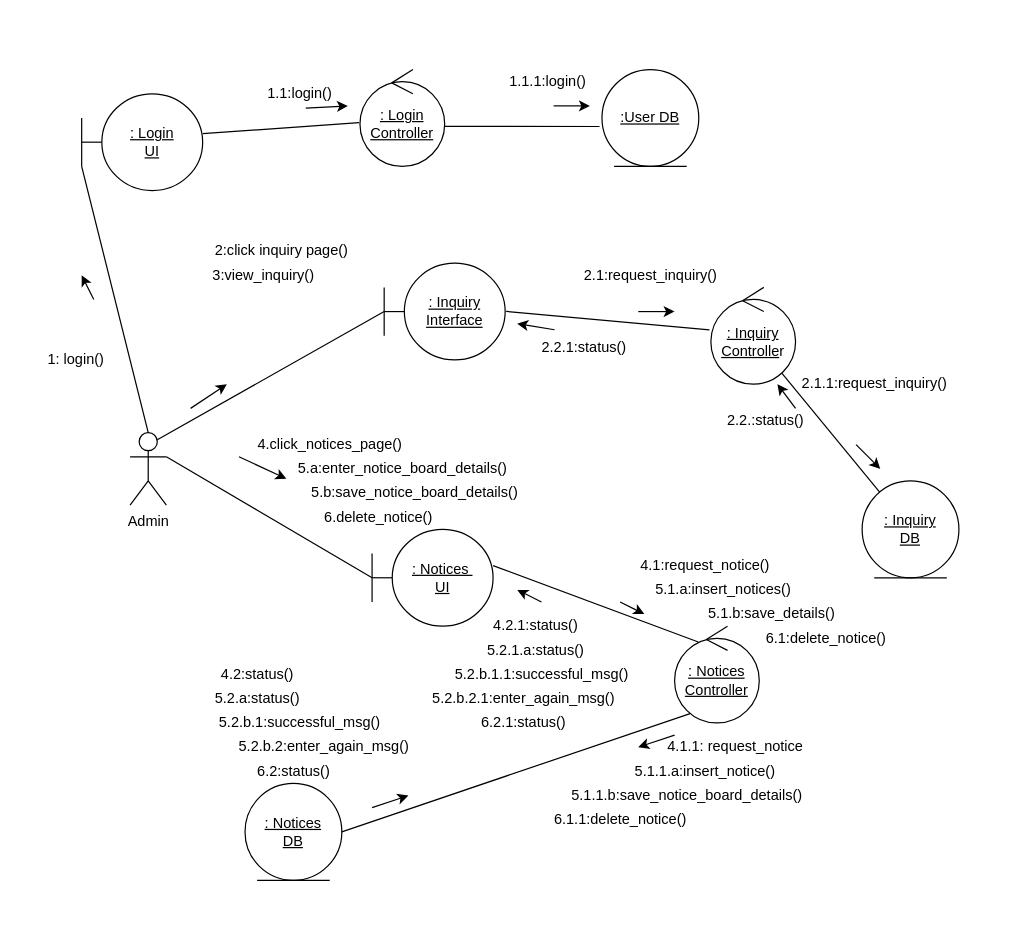
This is page "Kunkuma-Communication-d2" (33 of 37) of PAF ER Diagram.drawio from YuchiraJA/PAF-Project-ER-Diagram, a draw.io file, before an edit. Source tidied: cells renumbered, new cells numbered last; positions are measured from the earlier drawing's top-left corner, leaving out a move shared by most shapes. Both pictures are drawn from the tidied source at 121%, with x=0, y=0 at pixel (39, 69).
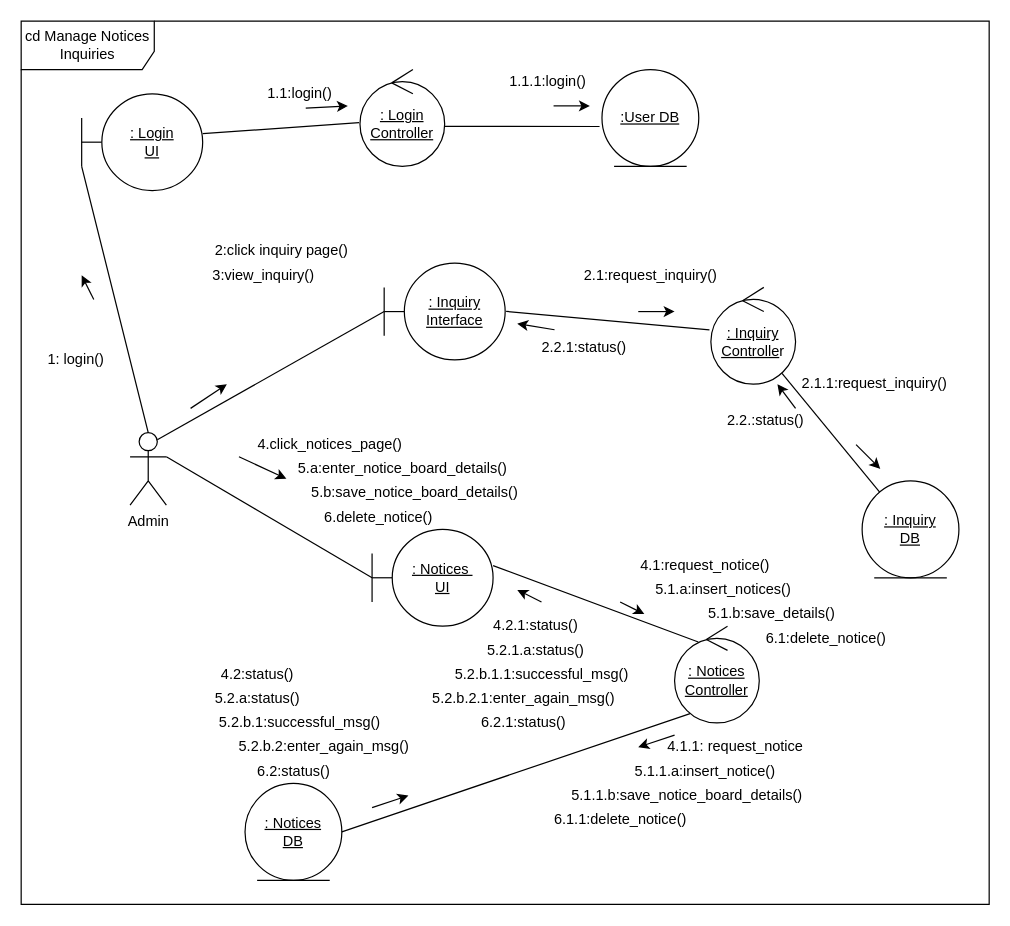
The same diagram, later.

What changed in the source:
```diff
@@
+    <mxCell id="65" value="cd Manage Notices Inquiries" style="shape=umlFrame;whiteSpace=wrap;html=1;width=110;height=40;" parent="1" vertex="1">
+      <mxGeometry x="-15" y="-40" width="800" height="730" as="geometry" />
+    </mxCell>
```
